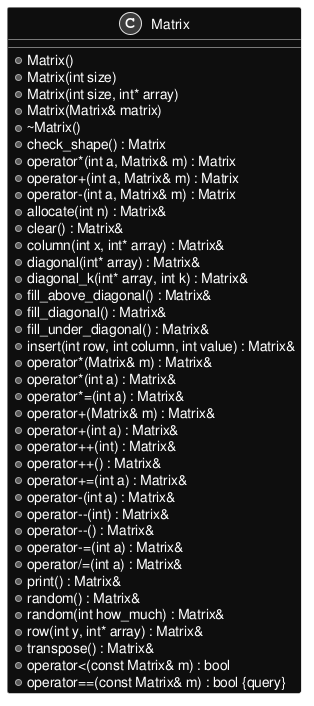
Before: inline_umlgraph_1.png, a diagram exported from PlantUML (MaciejWojs/Matrix). Its diagram source:
```plantuml
@startuml inline_umlgraph_1.png
skinparam monochrome reverse
skinparam backgroundColor transparent

class Matrix {
+Matrix()
+Matrix(int size)
+Matrix(int size, int* array)
+Matrix(Matrix& matrix)
+~Matrix()
+check_shape() : Matrix
+operator*(int a, Matrix& m) : Matrix
+operator+(int a, Matrix& m) : Matrix
+operator-(int a, Matrix& m) : Matrix
+allocate(int n) : Matrix&
+clear() : Matrix&
+column(int x, int* array) : Matrix&
+diagonal(int* array) : Matrix&
+diagonal_k(int* array, int k) : Matrix&
+fill_above_diagonal() : Matrix&
+fill_diagonal() : Matrix&
+fill_under_diagonal() : Matrix&
+insert(int row, int column, int value) : Matrix&
+operator*(Matrix& m) : Matrix&
+operator*(int a) : Matrix&
+operator*=(int a) : Matrix&
+operator+(Matrix& m) : Matrix&
+operator+(int a) : Matrix&
+operator++(int) : Matrix&
+operator++() : Matrix&
+operator+=(int a) : Matrix&
+operator-(int a) : Matrix&
+operator--(int) : Matrix&
+operator--() : Matrix&
+operator-=(int a) : Matrix&
+operator/=(int a) : Matrix&
+print() : Matrix&
+random() : Matrix&
+random(int how_much) : Matrix&
+row(int y, int* array) : Matrix&
+transpose() : Matrix&
+operator<(const Matrix& m) : bool
+operator==(const Matrix& m) : bool {query}

}
@enduml
```
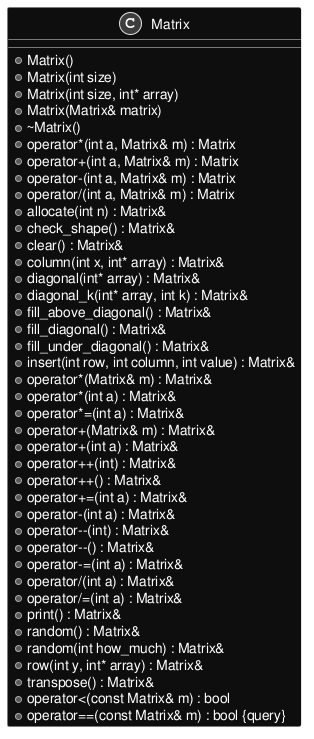
Above is the later version.

Diff of the diagram source:
```diff
@@ -8,11 +8,12 @@
 +Matrix(int size, int* array)
 +Matrix(Matrix& matrix)
 +~Matrix()
-+check_shape() : Matrix
 +operator*(int a, Matrix& m) : Matrix
 +operator+(int a, Matrix& m) : Matrix
 +operator-(int a, Matrix& m) : Matrix
++operator/(int a, Matrix& m) : Matrix
 +allocate(int n) : Matrix&
++check_shape() : Matrix&
 +clear() : Matrix&
 +column(int x, int* array) : Matrix&
 +diagonal(int* array) : Matrix&
@@ -33,6 +34,7 @@
 +operator--(int) : Matrix&
 +operator--() : Matrix&
 +operator-=(int a) : Matrix&
++operator/(int a) : Matrix&
 +operator/=(int a) : Matrix&
 +print() : Matrix&
 +random() : Matrix&
```
